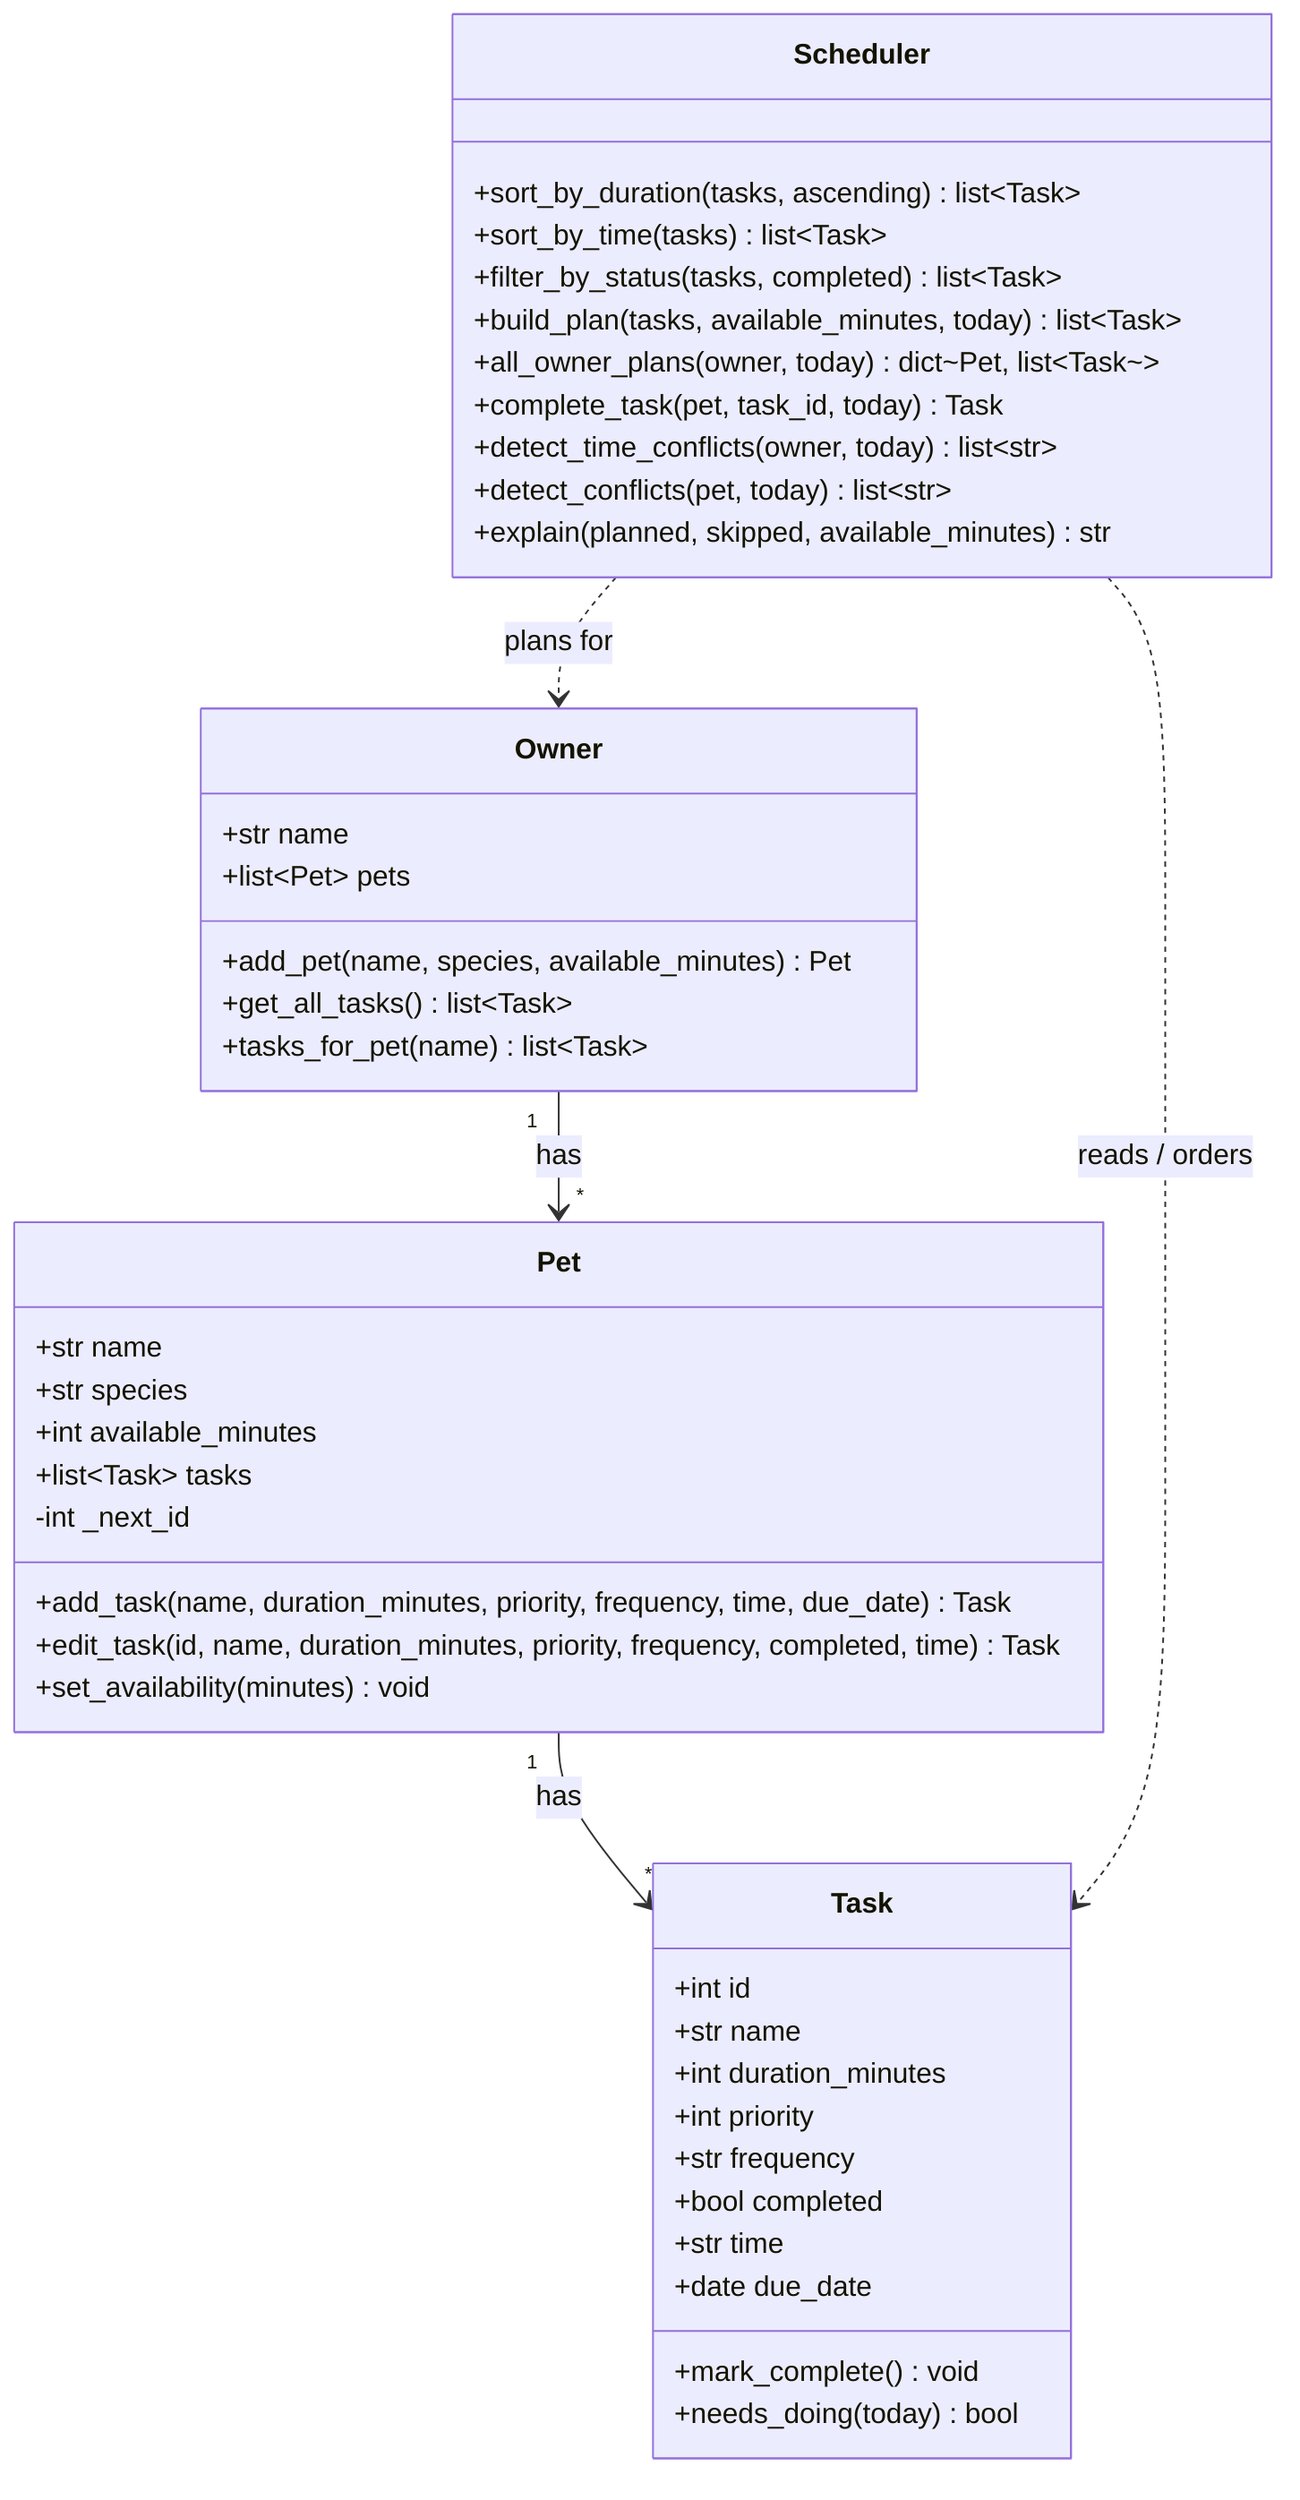
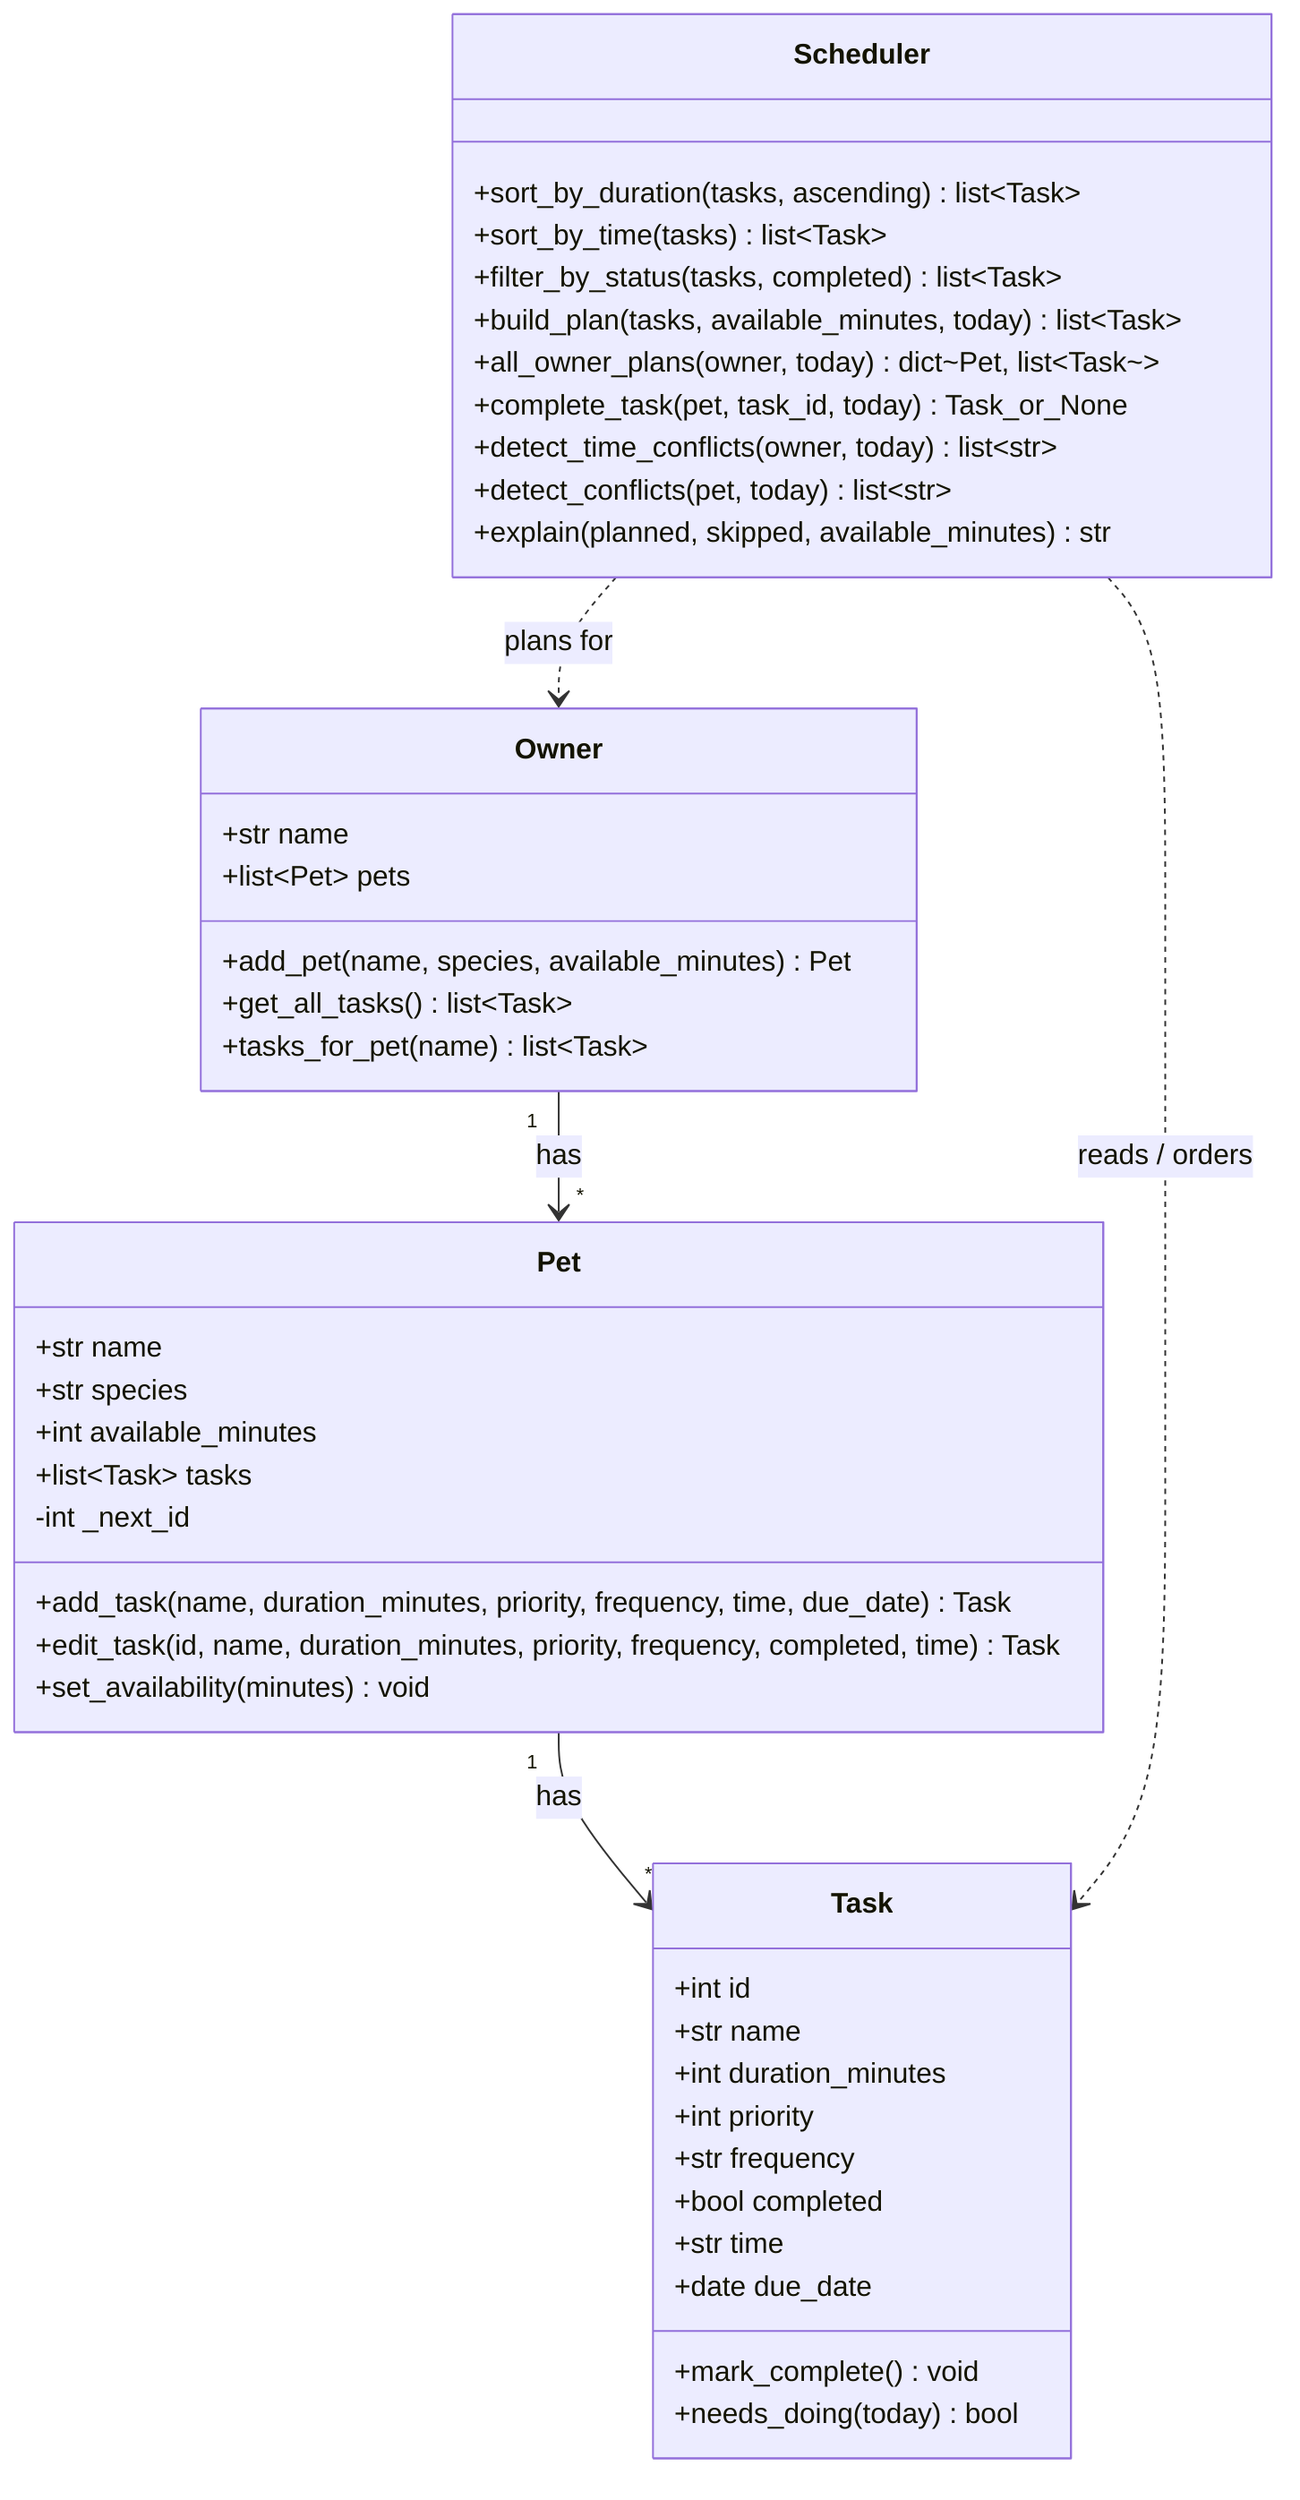
classDiagram
    %% PawPal+ — plans a pet owner's daily care tasks within a time budget.
    %% Priority is stored as a number internally (higher = more important);
    %% the UI maps it to/from labels (high / medium / low).

    class Task {
        +int id
        +str name
        +int duration_minutes
        +int priority
        +str frequency
        +bool completed
        +str time
        +date due_date
        +mark_complete() void
        +needs_doing(today) bool
    }

    class Pet {
        +str name
        +str species
        +int available_minutes
        +list~Task~ tasks
        -int _next_id
        +add_task(name, duration_minutes, priority, frequency, time, due_date) Task
        +edit_task(id, name, duration_minutes, priority, frequency, completed, time) Task
        +set_availability(minutes) void
    }

    class Owner {
        +str name
        +list~Pet~ pets
        +add_pet(name, species, available_minutes) Pet
        +get_all_tasks() list~Task~
        +tasks_for_pet(name) list~Task~
    }

    class Scheduler {
        +sort_by_duration(tasks, ascending) list~Task~
        +sort_by_time(tasks) list~Task~
        +filter_by_status(tasks, completed) list~Task~
        +build_plan(tasks, available_minutes, today) list~Task~
        +all_owner_plans(owner, today) dict~Pet, list~Task~~
-         +complete_task(pet, task_id, today) Task
+         +complete_task(pet, task_id, today) Task_or_None
        +detect_time_conflicts(owner, today) list~str~
        +detect_conflicts(pet, today) list~str~
        +explain(planned, skipped, available_minutes) str
    }

    Owner "1" --> "*" Pet : has
    Pet "1" --> "*" Task : has
    Scheduler ..> Owner : plans for
    Scheduler ..> Task : reads / orders

    %% ────────────────────────────────────────────────────────────
    %% Design notes (kept from brainstorming — not part of the diagram)
    %%
    %% ANALYZING THE CASE
    %%   pet owner with a pet/pets
    %%   actions for assistant/code:
    %%     track pet care tasks (walk, feeding, meds, grooming etc)
    %%     consider constraints for owner (time availability, priority)
    %%     produce a daily plan for owner and explain why
    %%
    %% SCENARIO
    %%   - owner navigates to the app
    %%   - adds/edits tasks (duration + priority) + how much time they have
    %%   - app generates a daily plan based on constraints and priority
    %%   - displays the plan clearly, explaining the reasoning too
    %%   - tests: tasks shouldn't exceed available time; priority is honored
    %%
    %% KEY DESIGN DECISIONS
    %%   - No fixed clock times: output an ORDERED list of tasks + durations
    %%     that fits the time budget; owner decides when to do each.
    %%   - Sort strictly by priority, then shortest-duration as tie-break.
    %%   - Filter = "skip and keep going": if a task doesn't fit, skip it and
    %%     try the next, so leftover time isn't wasted. Greedy, not optimal.
    %%   - Tasks live on the Pet; an Owner has many Pets. For a multi-pet
    %%     owner we produce ONE schedule PER PET (not one combined plan).
    %%   - available_minutes lives on each Pet: the owner allocates time per pet
    %%     (e.g. 60 min dog, 30 min cat). Each pet is scheduled against its own
    %%     budget. Simplification: no owner-wide total cap across all pets.
    %%   - Each Task has a unique id (name isn't unique). Owner keeps a
    %%     _next_id counter so ids are deterministic (1, 2, 3...) — good
    %%     for tests. edit_task finds a task by id. No parallel name->id
    %%     index: the task list is the single source of truth.
